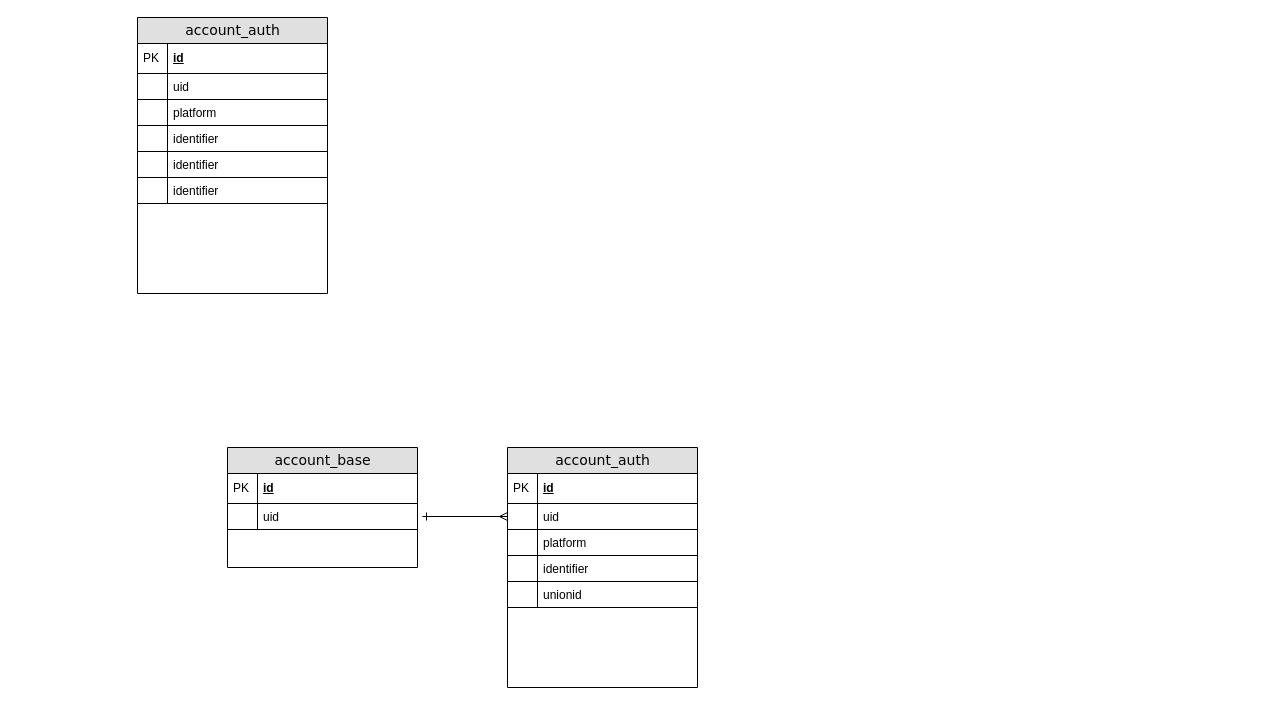
Before: lmb.drawio in Hex86/drawio, a draw.io diagram. Source tidied: cells renumbered, new cells numbered last; positions are measured from the earlier drawing's top-left corner, leaving out a move shared by most shapes. Both pictures are drawn from the tidied source at 100%, with x=0, y=0 at pixel (137, 17).
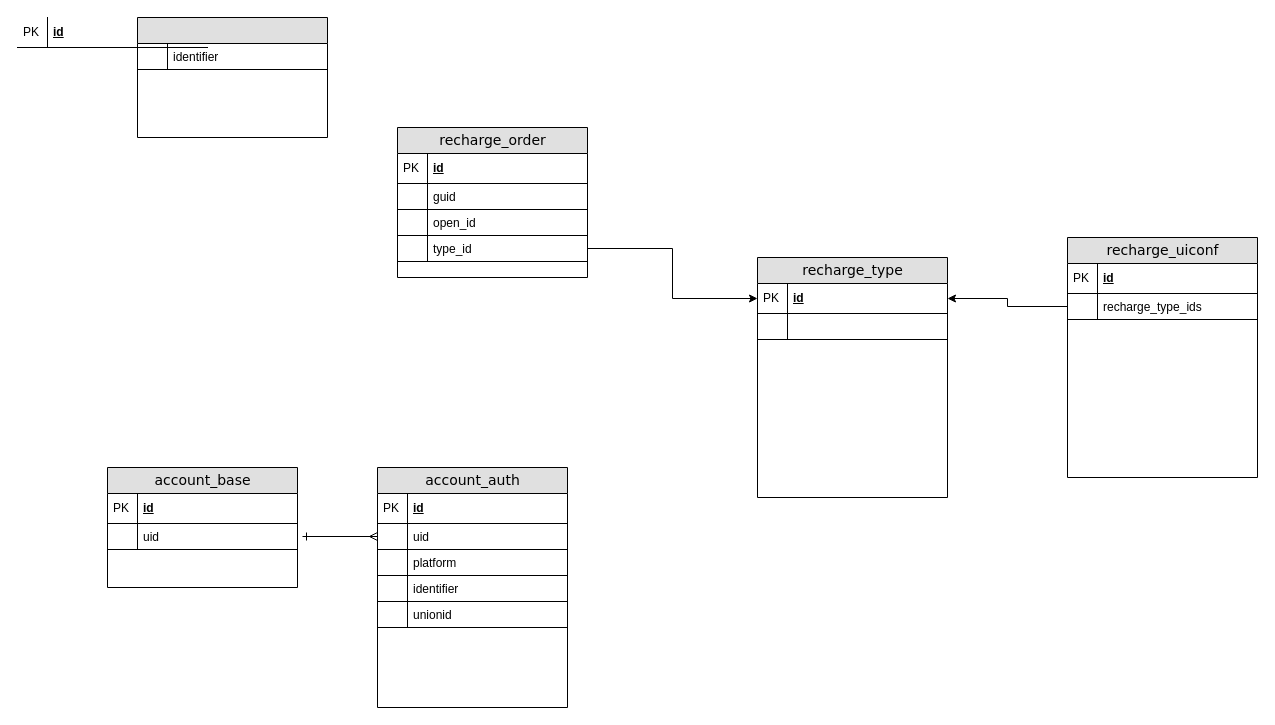
Above is the later version.

Diff of the diagram source:
```diff
@@
     <mxCell id="2" value="account_base" style="swimlane;html=1;fontStyle=0;horizontal=1;startSize=26;fillColor=#e0e0e0;swimlaneFillColor=#ffffff;align=center;rounded=0;shadow=0;comic=0;labelBackgroundColor=none;strokeWidth=1;fontFamily=Verdana;fontSize=14;swimlaneLine=1;" parent="1" vertex="1">
-      <mxGeometry x="90" y="430" width="190" height="120" as="geometry" />
+      <mxGeometry x="-30" y="450" width="190" height="120" as="geometry" />
     </mxCell>
@@
     <mxCell id="7" value="account_auth" style="swimlane;html=1;fontStyle=0;horizontal=1;startSize=26;fillColor=#e0e0e0;swimlaneFillColor=#ffffff;align=center;rounded=0;shadow=0;comic=0;labelBackgroundColor=none;strokeWidth=1;fontFamily=Verdana;fontSize=14;swimlaneLine=1;" parent="1" vertex="1">
-      <mxGeometry x="370" y="430" width="190" height="240" as="geometry" />
+      <mxGeometry x="240" y="450" width="190" height="240" as="geometry" />
     </mxCell>
@@
-    <mxCell id="18" value="account_auth" style="swimlane;html=1;fontStyle=0;horizontal=1;startSize=26;fillColor=#e0e0e0;swimlaneFillColor=#ffffff;align=center;rounded=0;shadow=0;comic=0;labelBackgroundColor=none;strokeWidth=1;fontFamily=Verdana;fontSize=14;swimlaneLine=1;" parent="1" vertex="1">
-      <mxGeometry width="190" height="276" as="geometry" />
+    <mxCell id="18" style="swimlane;html=1;fontStyle=0;horizontal=1;startSize=26;fillColor=#e0e0e0;swimlaneFillColor=#ffffff;align=center;rounded=0;shadow=0;comic=0;labelBackgroundColor=none;strokeWidth=1;fontFamily=Verdana;fontSize=14;swimlaneLine=1;" parent="1" vertex="1">
+      <mxGeometry width="190" height="120" as="geometry" />
     </mxCell>
-    <mxCell id="19" value="id" style="shape=partialRectangle;top=0;left=0;right=0;bottom=1;html=1;align=left;verticalAlign=middle;fillColor=none;spacingLeft=34;spacingRight=4;whiteSpace=wrap;overflow=hidden;fontStyle=5;" parent="18" vertex="1">
-      <mxGeometry y="26" width="190" height="30" as="geometry" />
-    </mxCell>
-    <mxCell id="20" value="PK" style="shape=partialRectangle;top=0;left=0;bottom=0;html=1;fillColor=none;align=left;verticalAlign=middle;spacingLeft=4;spacingRight=4;whiteSpace=wrap;overflow=hidden;" parent="19" vertex="1">
-      <mxGeometry width="30" height="30" as="geometry" />
-    </mxCell>
-    <mxCell id="21" value="uid" style="shape=partialRectangle;top=0;left=0;right=0;bottom=1;html=1;align=left;verticalAlign=top;fillColor=none;spacingLeft=34;spacingRight=4;whiteSpace=wrap;overflow=hidden;" parent="18" vertex="1">
-      <mxGeometry y="56" width="190" height="26" as="geometry" />
-    </mxCell>
-    <mxCell id="22" style="shape=partialRectangle;top=0;left=0;bottom=0;html=1;fillColor=none;align=left;verticalAlign=top;spacingLeft=4;spacingRight=4;whiteSpace=wrap;overflow=hidden;" parent="21" vertex="1">
-      <mxGeometry width="30" height="26" as="geometry" />
-    </mxCell>
-    <mxCell id="23" value="platform" style="shape=partialRectangle;top=0;left=0;right=0;bottom=1;html=1;align=left;verticalAlign=top;fillColor=none;spacingLeft=34;spacingRight=4;whiteSpace=wrap;overflow=hidden;" parent="18" vertex="1">
-      <mxGeometry y="82" width="190" height="26" as="geometry" />
-    </mxCell>
-    <mxCell id="24" style="shape=partialRectangle;top=0;left=0;bottom=0;html=1;fillColor=none;align=left;verticalAlign=top;spacingLeft=4;spacingRight=4;whiteSpace=wrap;overflow=hidden;" parent="23" vertex="1">
-      <mxGeometry width="30" height="26" as="geometry" />
-    </mxCell>
-    <mxCell id="25" value="identifier" style="shape=partialRectangle;top=0;left=0;right=0;bottom=1;html=1;align=left;verticalAlign=top;fillColor=none;spacingLeft=34;spacingRight=4;whiteSpace=wrap;overflow=hidden;" parent="18" vertex="1">
-      <mxGeometry y="108" width="190" height="26" as="geometry" />
-    </mxCell>
-    <mxCell id="26" style="shape=partialRectangle;top=0;left=0;bottom=0;html=1;fillColor=none;align=left;verticalAlign=top;spacingLeft=4;spacingRight=4;whiteSpace=wrap;overflow=hidden;" parent="25" vertex="1">
-      <mxGeometry width="30" height="26" as="geometry" />
-    </mxCell>
-    <mxCell id="27" value="identifier" style="shape=partialRectangle;top=0;left=0;right=0;bottom=1;html=1;align=left;verticalAlign=top;fillColor=none;spacingLeft=34;spacingRight=4;whiteSpace=wrap;overflow=hidden;" parent="18" vertex="1">
-      <mxGeometry y="134" width="190" height="26" as="geometry" />
-    </mxCell>
-    <mxCell id="28" style="shape=partialRectangle;top=0;left=0;bottom=0;html=1;fillColor=none;align=left;verticalAlign=top;spacingLeft=4;spacingRight=4;whiteSpace=wrap;overflow=hidden;" parent="27" vertex="1">
-      <mxGeometry width="30" height="26" as="geometry" />
-    </mxCell>
     <mxCell id="29" value="identifier" style="shape=partialRectangle;top=0;left=0;right=0;bottom=1;html=1;align=left;verticalAlign=top;fillColor=none;spacingLeft=34;spacingRight=4;whiteSpace=wrap;overflow=hidden;" parent="18" vertex="1">
-      <mxGeometry y="160" width="190" height="26" as="geometry" />
+      <mxGeometry y="26" width="190" height="26" as="geometry" />
     </mxCell>
@@
+    <mxCell id="32" value="recharge_uiconf" style="swimlane;html=1;fontStyle=0;horizontal=1;startSize=26;fillColor=#e0e0e0;swimlaneFillColor=#ffffff;align=center;rounded=0;shadow=0;comic=0;labelBackgroundColor=none;strokeWidth=1;fontFamily=Verdana;fontSize=14;swimlaneLine=1;" parent="1" vertex="1">
+      <mxGeometry x="930" y="220" width="190" height="240" as="geometry" />
+    </mxCell>
+    <mxCell id="33" value="id" style="shape=partialRectangle;top=0;left=0;right=0;bottom=1;html=1;align=left;verticalAlign=middle;fillColor=none;spacingLeft=34;spacingRight=4;whiteSpace=wrap;overflow=hidden;fontStyle=5;" parent="32" vertex="1">
+      <mxGeometry y="26" width="190" height="30" as="geometry" />
+    </mxCell>
+    <mxCell id="34" value="PK" style="shape=partialRectangle;top=0;left=0;bottom=0;html=1;fillColor=none;align=left;verticalAlign=middle;spacingLeft=4;spacingRight=4;whiteSpace=wrap;overflow=hidden;" parent="33" vertex="1">
+      <mxGeometry width="30" height="30" as="geometry" />
+    </mxCell>
+    <mxCell id="35" value="recharge_type_ids" style="shape=partialRectangle;top=0;left=0;right=0;bottom=1;html=1;align=left;verticalAlign=top;fillColor=none;spacingLeft=34;spacingRight=4;whiteSpace=wrap;overflow=hidden;points=[[0,0.5],[1,0.5]];portConstraint=eastwest;" parent="32" vertex="1">
+      <mxGeometry y="56" width="190" height="26" as="geometry" />
+    </mxCell>
+    <mxCell id="36" style="shape=partialRectangle;top=0;left=0;bottom=0;html=1;fillColor=none;align=left;verticalAlign=top;spacingLeft=4;spacingRight=4;whiteSpace=wrap;overflow=hidden;" parent="35" vertex="1">
+      <mxGeometry width="30" height="26" as="geometry" />
+    </mxCell>
+    <mxCell id="37" value="recharge_type" style="swimlane;html=1;fontStyle=0;horizontal=1;startSize=26;fillColor=#e0e0e0;swimlaneFillColor=#ffffff;align=center;rounded=0;shadow=0;comic=0;labelBackgroundColor=none;strokeWidth=1;fontFamily=Verdana;fontSize=14;swimlaneLine=1;" parent="1" vertex="1">
+      <mxGeometry x="620" y="240" width="190" height="240" as="geometry" />
+    </mxCell>
+    <mxCell id="38" value="id" style="shape=partialRectangle;top=0;left=0;right=0;bottom=1;html=1;align=left;verticalAlign=middle;fillColor=none;spacingLeft=34;spacingRight=4;whiteSpace=wrap;overflow=hidden;points=[[0,0.5],[1,0.5]];portConstraint=eastwest;fontStyle=5;" parent="37" vertex="1">
+      <mxGeometry y="26" width="190" height="30" as="geometry" />
+    </mxCell>
+    <mxCell id="39" value="PK" style="shape=partialRectangle;top=0;left=0;bottom=0;html=1;fillColor=none;align=left;verticalAlign=middle;spacingLeft=4;spacingRight=4;whiteSpace=wrap;overflow=hidden;" parent="38" vertex="1">
+      <mxGeometry width="30" height="30" as="geometry" />
+    </mxCell>
+    <mxCell id="40" style="shape=partialRectangle;top=0;left=0;right=0;bottom=1;html=1;align=left;verticalAlign=top;fillColor=none;spacingLeft=34;spacingRight=4;whiteSpace=wrap;overflow=hidden;" parent="37" vertex="1">
+      <mxGeometry y="56" width="190" height="26" as="geometry" />
+    </mxCell>
+    <mxCell id="41" style="shape=partialRectangle;top=0;left=0;bottom=0;html=1;fillColor=none;align=left;verticalAlign=top;spacingLeft=4;spacingRight=4;whiteSpace=wrap;overflow=hidden;" parent="40" vertex="1">
+      <mxGeometry width="30" height="26" as="geometry" />
+    </mxCell>
+    <mxCell id="42" style="edgeStyle=orthogonalEdgeStyle;rounded=0;jettySize=auto;html=1;exitX=0;exitY=0.5;exitDx=0;exitDy=0;entryX=1;entryY=0.5;entryDx=0;entryDy=0;" parent="1" edge="1" source="35" target="38">
+      <mxGeometry relative="1" as="geometry" />
+    </mxCell>
+    <mxCell id="19" value="id" style="shape=partialRectangle;top=0;left=0;right=0;bottom=1;html=1;align=left;verticalAlign=middle;fillColor=none;spacingLeft=34;spacingRight=4;whiteSpace=wrap;overflow=hidden;fontStyle=5;" parent="1" vertex="1">
+      <mxGeometry x="-120" width="190" height="30" as="geometry" />
+    </mxCell>
+    <mxCell id="20" value="PK" style="shape=partialRectangle;top=0;left=0;bottom=0;html=1;fillColor=none;align=left;verticalAlign=middle;spacingLeft=4;spacingRight=4;whiteSpace=wrap;overflow=hidden;" parent="19" vertex="1">
+      <mxGeometry width="30" height="30" as="geometry" />
+    </mxCell>
+    <mxCell id="43" value="recharge_order" style="swimlane;html=1;fontStyle=0;horizontal=1;startSize=26;fillColor=#e0e0e0;swimlaneFillColor=#ffffff;align=center;rounded=0;shadow=0;comic=0;labelBackgroundColor=none;strokeWidth=1;fontFamily=Verdana;fontSize=14;swimlaneLine=1;" parent="1" vertex="1">
+      <mxGeometry x="260" y="110" width="190" height="150" as="geometry" />
+    </mxCell>
+    <mxCell id="44" value="id" style="shape=partialRectangle;top=0;left=0;right=0;bottom=1;html=1;align=left;verticalAlign=middle;fillColor=none;spacingLeft=34;spacingRight=4;whiteSpace=wrap;overflow=hidden;fontStyle=5;" parent="43" vertex="1">
+      <mxGeometry y="26" width="190" height="30" as="geometry" />
+    </mxCell>
+    <mxCell id="45" value="PK" style="shape=partialRectangle;top=0;left=0;bottom=0;html=1;fillColor=none;align=left;verticalAlign=middle;spacingLeft=4;spacingRight=4;whiteSpace=wrap;overflow=hidden;" parent="44" vertex="1">
+      <mxGeometry width="30" height="30" as="geometry" />
+    </mxCell>
+    <mxCell id="46" value="guid" style="shape=partialRectangle;top=0;left=0;right=0;bottom=1;html=1;align=left;verticalAlign=top;fillColor=none;spacingLeft=34;spacingRight=4;whiteSpace=wrap;overflow=hidden;" parent="43" vertex="1">
+      <mxGeometry y="56" width="190" height="26" as="geometry" />
+    </mxCell>
+    <mxCell id="47" style="shape=partialRectangle;top=0;left=0;bottom=0;html=1;fillColor=none;align=left;verticalAlign=top;spacingLeft=4;spacingRight=4;whiteSpace=wrap;overflow=hidden;" parent="46" vertex="1">
+      <mxGeometry width="30" height="26" as="geometry" />
+    </mxCell>
+    <mxCell id="48" value="open_id" style="shape=partialRectangle;top=0;left=0;right=0;bottom=1;html=1;align=left;verticalAlign=top;fillColor=none;spacingLeft=34;spacingRight=4;whiteSpace=wrap;overflow=hidden;" parent="43" vertex="1">
+      <mxGeometry y="82" width="190" height="26" as="geometry" />
+    </mxCell>
+    <mxCell id="49" style="shape=partialRectangle;top=0;left=0;bottom=0;html=1;fillColor=none;align=left;verticalAlign=top;spacingLeft=4;spacingRight=4;whiteSpace=wrap;overflow=hidden;" parent="48" vertex="1">
+      <mxGeometry width="30" height="26" as="geometry" />
+    </mxCell>
+    <mxCell id="50" value="type_id" style="shape=partialRectangle;top=0;left=0;right=0;bottom=1;html=1;align=left;verticalAlign=top;fillColor=none;spacingLeft=34;spacingRight=4;whiteSpace=wrap;overflow=hidden;points=[[0,0.5],[1,0.5]];portConstraint=eastwest;" parent="43" vertex="1">
+      <mxGeometry y="108" width="190" height="26" as="geometry" />
+    </mxCell>
+    <mxCell id="51" style="shape=partialRectangle;top=0;left=0;bottom=0;html=1;fillColor=none;align=left;verticalAlign=top;spacingLeft=4;spacingRight=4;whiteSpace=wrap;overflow=hidden;" parent="50" vertex="1">
+      <mxGeometry width="30" height="26" as="geometry" />
+    </mxCell>
+    <mxCell id="52" style="edgeStyle=orthogonalEdgeStyle;rounded=0;jettySize=auto;html=1;entryX=0;entryY=0.5;entryDx=0;entryDy=0;" parent="1" edge="1" source="50" target="38">
+      <mxGeometry relative="1" as="geometry" />
+    </mxCell>
```
